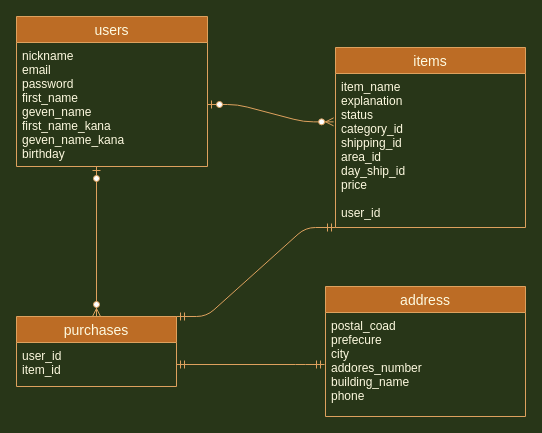
The draw.io diagram furima-32076.dio in 0204ito/furima-32076, before the edit. Source tidied: cells renumbered, new cells numbered last; positions are measured from the earlier drawing's top-left corner, leaving out a move shared by most shapes. Both pictures are drawn from the tidied source at 100%, with x=0, y=0 at pixel (16, 16).
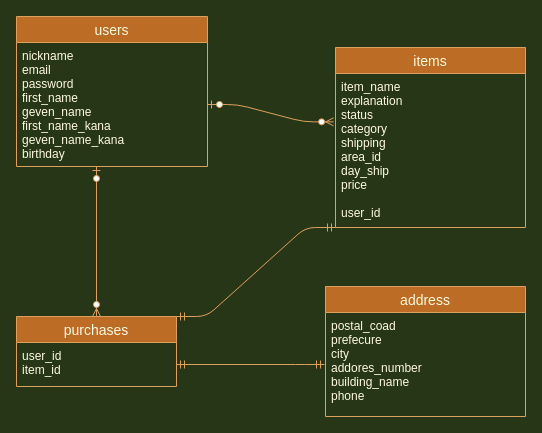
Above is the later version.

Commit message (it also covers changes not shown here):
データベース設計　修正２

Diff of the diagram source:
```diff
@@
 <mxGraphModel background="#283618">
   <root>
     <mxCell id="0" />
     <mxCell id="1" parent="0" />
     <mxCell id="2" value="items" style="swimlane;fontStyle=0;horizontal=1;startSize=26;align=center;fontSize=14;fillColor=#BC6C25;strokeColor=#DDA15E;fontColor=#FEFAE0;" parent="1" vertex="1">
       <mxGeometry x="319" y="31" width="190" height="180" as="geometry" />
     </mxCell>
-    <mxCell id="3" value="item_name&#10;explanation&#10;status&#10;category_id&#10;shipping_id&#10;area_id&#10;day_ship_id&#10;price&#10;&#10;user_id" style="text;strokeColor=none;fillColor=none;spacingLeft=4;spacingRight=4;overflow=hidden;points=[[0,0.5],[1,0.5]];portConstraint=eastwest;fontSize=12;fontColor=#FEFAE0;" parent="2" vertex="1">
+    <mxCell id="3" value="item_name&#10;explanation&#10;status&#10;category&#10;shipping&#10;area_id&#10;day_ship&#10;price&#10;&#10;user_id" style="text;strokeColor=none;fillColor=none;spacingLeft=4;spacingRight=4;overflow=hidden;points=[[0,0.5],[1,0.5]];portConstraint=eastwest;fontSize=12;fontColor=#FEFAE0;" parent="2" vertex="1">
       <mxGeometry y="26" width="190" height="154" as="geometry" />
     </mxCell>
     <mxCell id="4" style="edgeStyle=none;rounded=0;orthogonalLoop=1;jettySize=auto;html=1;exitX=0;exitY=0.5;exitDx=0;exitDy=0;startArrow=none;startFill=0;fontFamily=Helvetica;strokeColor=#DDA15E;fontColor=#FEFAE0;labelBackgroundColor=#283618;" parent="2" edge="1" source="3" target="3">
       <mxGeometry relative="1" as="geometry" />
     </mxCell>
     <mxCell id="5" value="purchases" style="swimlane;fontStyle=0;horizontal=1;startSize=26;align=center;fontSize=14;fillColor=#BC6C25;strokeColor=#DDA15E;fontColor=#FEFAE0;" parent="1" vertex="1">
       <mxGeometry y="300" width="160" height="70" as="geometry" />
     </mxCell>
     <mxCell id="6" value="user_id&#10;item_id&#10;&#10;&#10;" style="text;strokeColor=none;fillColor=none;spacingLeft=4;spacingRight=4;overflow=hidden;points=[[0,0.5],[1,0.5]];portConstraint=eastwest;fontSize=12;fontColor=#FEFAE0;" parent="5" vertex="1">
       <mxGeometry y="26" width="160" height="44" as="geometry" />
     </mxCell>
     <mxCell id="7" style="edgeStyle=entityRelationEdgeStyle;fontSize=12;html=1;endArrow=ERmandOne;startArrow=ERmandOne;strokeColor=#DDA15E;fillColor=#BC6C25;exitX=1;exitY=0;exitDx=0;exitDy=0;fontColor=#FEFAE0;labelBackgroundColor=#283618;" parent="1" edge="1" source="5">
       <mxGeometry relative="1" as="geometry">
         <mxPoint x="319" y="211" as="targetPoint" />
       </mxGeometry>
     </mxCell>
     <mxCell id="8" style="fontSize=12;html=1;endArrow=ERmandOne;startArrow=ERmandOne;strokeColor=#DDA15E;fillColor=#BC6C25;exitX=1;exitY=0.5;exitDx=0;exitDy=0;fontColor=#FEFAE0;labelBackgroundColor=#283618;" parent="1" edge="1" source="6">
       <mxGeometry relative="1" as="geometry">
         <mxPoint x="308" y="348" as="targetPoint" />
         <Array as="points">
           <mxPoint x="289" y="348" />
         </Array>
       </mxGeometry>
     </mxCell>
     <mxCell id="9" style="edgeStyle=entityRelationEdgeStyle;fontSize=12;html=1;endArrow=ERzeroToMany;startArrow=ERzeroToOne;strokeColor=#DDA15E;fillColor=#BC6C25;exitX=1;exitY=0.5;exitDx=0;exitDy=0;entryX=-0.01;entryY=0.314;entryDx=0;entryDy=0;entryPerimeter=0;fontColor=#FEFAE0;labelBackgroundColor=#283618;" parent="1" edge="1" source="12" target="3">
       <mxGeometry relative="1" as="geometry" />
     </mxCell>
     <mxCell id="10" style="fontSize=12;html=1;endArrow=ERzeroToMany;startArrow=ERzeroToOne;strokeColor=#DDA15E;fillColor=#BC6C25;entryX=0.5;entryY=0;entryDx=0;entryDy=0;fontColor=#FEFAE0;labelBackgroundColor=#283618;" parent="1" edge="1" target="5">
       <mxGeometry relative="1" as="geometry">
         <mxPoint x="80" y="150" as="sourcePoint" />
       </mxGeometry>
     </mxCell>
     <mxCell id="11" value="users" style="swimlane;fontStyle=0;horizontal=1;startSize=26;align=center;fontSize=14;fillColor=#BC6C25;strokeColor=#DDA15E;fontColor=#FEFAE0;" parent="1" vertex="1">
       <mxGeometry width="191" height="150" as="geometry" />
     </mxCell>
     <mxCell id="12" value="nickname&#10;email&#10;password&#10;first_name&#10;geven_name&#10;first_name_kana&#10;geven_name_kana&#10;birthday" style="text;strokeColor=none;fillColor=none;spacingLeft=4;spacingRight=4;overflow=hidden;points=[[0,0.5],[1,0.5]];portConstraint=eastwest;fontSize=12;fontFamily=Helvetica;fontColor=#FEFAE0;" parent="11" vertex="1">
       <mxGeometry y="26" width="191" height="124" as="geometry" />
     </mxCell>
     <mxCell id="13" value="address" style="swimlane;fontStyle=0;horizontal=1;startSize=26;align=center;fontSize=14;fillColor=#BC6C25;strokeColor=#DDA15E;fontColor=#FEFAE0;" parent="1" vertex="1">
       <mxGeometry x="309" y="270" width="200" height="130" as="geometry" />
     </mxCell>
     <mxCell id="14" value="postal_coad&#10;prefecure&#10;city&#10;addores_number&#10;building_name&#10;phone&#10;" style="text;strokeColor=none;fillColor=none;spacingLeft=4;spacingRight=4;overflow=hidden;fontSize=12;fontColor=#FEFAE0;" parent="13" vertex="1">
       <mxGeometry y="26" width="200" height="104" as="geometry" />
     </mxCell>
   </root>
 </mxGraphModel>
```
